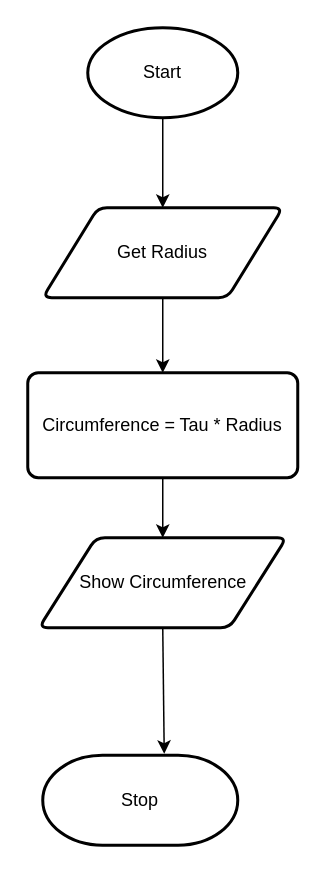
This is flowchart.drawio from Ethan-Prieur1/ICS3U-Unit5-04-Python, a draw.io file, before an edit. Source tidied: cells renumbered, new cells numbered last; positions are measured from the earlier drawing's top-left corner, leaving out a move shared by most shapes. Both pictures are drawn from the tidied source at 150%, with x=0, y=0 at pixel (27, 27).
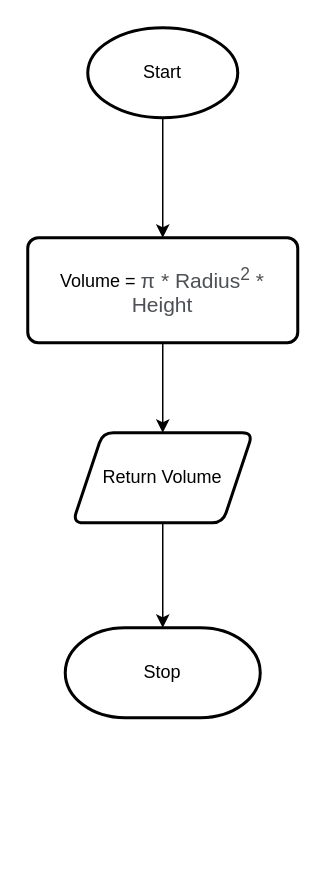
The same page after the edit.

Commit message (it also covers changes not shown here):
when the sun shines

The edit, as a diff of the source:
```diff
@@
 <mxGraphModel>
   <root>
     <mxCell id="0" />
     <mxCell id="1" parent="0" />
-    <mxCell id="2" style="edgeStyle=none;html=1;exitX=0.5;exitY=1;exitDx=0;exitDy=0;exitPerimeter=0;entryX=0.5;entryY=0;entryDx=0;entryDy=0;" parent="1" edge="1" source="3" target="5">
-      <mxGeometry relative="1" as="geometry" />
-    </mxCell>
+    <mxCell id="8" style="edgeStyle=none;html=1;" parent="1" edge="1" source="3" target="7">
+      <mxGeometry relative="1" as="geometry" />
+    </mxCell>
     <mxCell id="3" value="Start" style="strokeWidth=2;html=1;shape=mxgraph.flowchart.start_1;whiteSpace=wrap;" parent="1" vertex="1">
       <mxGeometry x="40" width="100" height="60" as="geometry" />
     </mxCell>
-    <mxCell id="4" style="edgeStyle=none;html=1;exitX=0.5;exitY=1;exitDx=0;exitDy=0;entryX=0.5;entryY=0;entryDx=0;entryDy=0;" parent="1" edge="1" source="5" target="7">
-      <mxGeometry relative="1" as="geometry" />
-    </mxCell>
-    <mxCell id="5" value="Get Radius" style="shape=parallelogram;html=1;strokeWidth=2;perimeter=parallelogramPerimeter;whiteSpace=wrap;rounded=1;arcSize=12;size=0.23;" parent="1" vertex="1">
-      <mxGeometry x="10" y="120" width="160" height="60" as="geometry" />
-    </mxCell>
-    <mxCell id="6" style="edgeStyle=none;html=1;exitX=0.5;exitY=1;exitDx=0;exitDy=0;entryX=0.5;entryY=0;entryDx=0;entryDy=0;" parent="1" edge="1" source="7" target="9">
-      <mxGeometry relative="1" as="geometry" />
-    </mxCell>
+    <mxCell id="11" style="edgeStyle=none;html=1;" parent="1" edge="1" source="7" target="13">
+      <mxGeometry relative="1" as="geometry" />
+    </mxCell>
-    <mxCell id="7" value="Circumference = Tau * Radius" style="rounded=1;whiteSpace=wrap;html=1;absoluteArcSize=1;arcSize=14;strokeWidth=2;" parent="1" vertex="1">
-      <mxGeometry y="230" width="180" height="70" as="geometry" />
+    <mxCell id="7" value="Volume =&amp;nbsp;&lt;span style=&quot;color: rgb(77 , 81 , 86) ; font-family: &amp;#34;arial&amp;#34; , sans-serif ; font-size: 14px ; text-align: left ; background-color: rgb(255 , 255 , 255)&quot;&gt;π * Radius&lt;sup&gt;2&lt;/sup&gt;&amp;nbsp;* Height&lt;/span&gt;" style="rounded=1;whiteSpace=wrap;html=1;absoluteArcSize=1;arcSize=14;strokeWidth=2;" parent="1" vertex="1">
+      <mxGeometry y="140" width="180" height="70" as="geometry" />
     </mxCell>
-    <mxCell id="8" style="edgeStyle=none;html=1;exitX=0.5;exitY=1;exitDx=0;exitDy=0;entryX=0.623;entryY=-0.017;entryDx=0;entryDy=0;entryPerimeter=0;" parent="1" edge="1" source="9" target="10">
-      <mxGeometry relative="1" as="geometry" />
-    </mxCell>
-    <mxCell id="9" value="Show Circumference" style="shape=parallelogram;html=1;strokeWidth=2;perimeter=parallelogramPerimeter;whiteSpace=wrap;rounded=1;arcSize=12;size=0.23;" parent="1" vertex="1">
-      <mxGeometry x="7.5" y="340" width="165" height="60" as="geometry" />
-    </mxCell>
     <mxCell id="10" value="Stop" style="strokeWidth=2;html=1;shape=mxgraph.flowchart.terminator;whiteSpace=wrap;" parent="1" vertex="1">
-      <mxGeometry x="10" y="485" width="130" height="60" as="geometry" />
+      <mxGeometry x="25" y="400" width="130" height="60" as="geometry" />
     </mxCell>
+    <mxCell id="12" style="edgeStyle=none;html=1;" parent="1" edge="1" source="13" target="10">
+      <mxGeometry relative="1" as="geometry" />
+    </mxCell>
+    <mxCell id="13" value="Return Volume" style="shape=parallelogram;perimeter=parallelogramPerimeter;whiteSpace=wrap;html=1;fixedSize=1;rounded=1;arcSize=14;strokeWidth=2;" parent="1" vertex="1">
+      <mxGeometry x="30" y="270" width="120" height="60" as="geometry" />
+    </mxCell>
   </root>
 </mxGraphModel>
```
